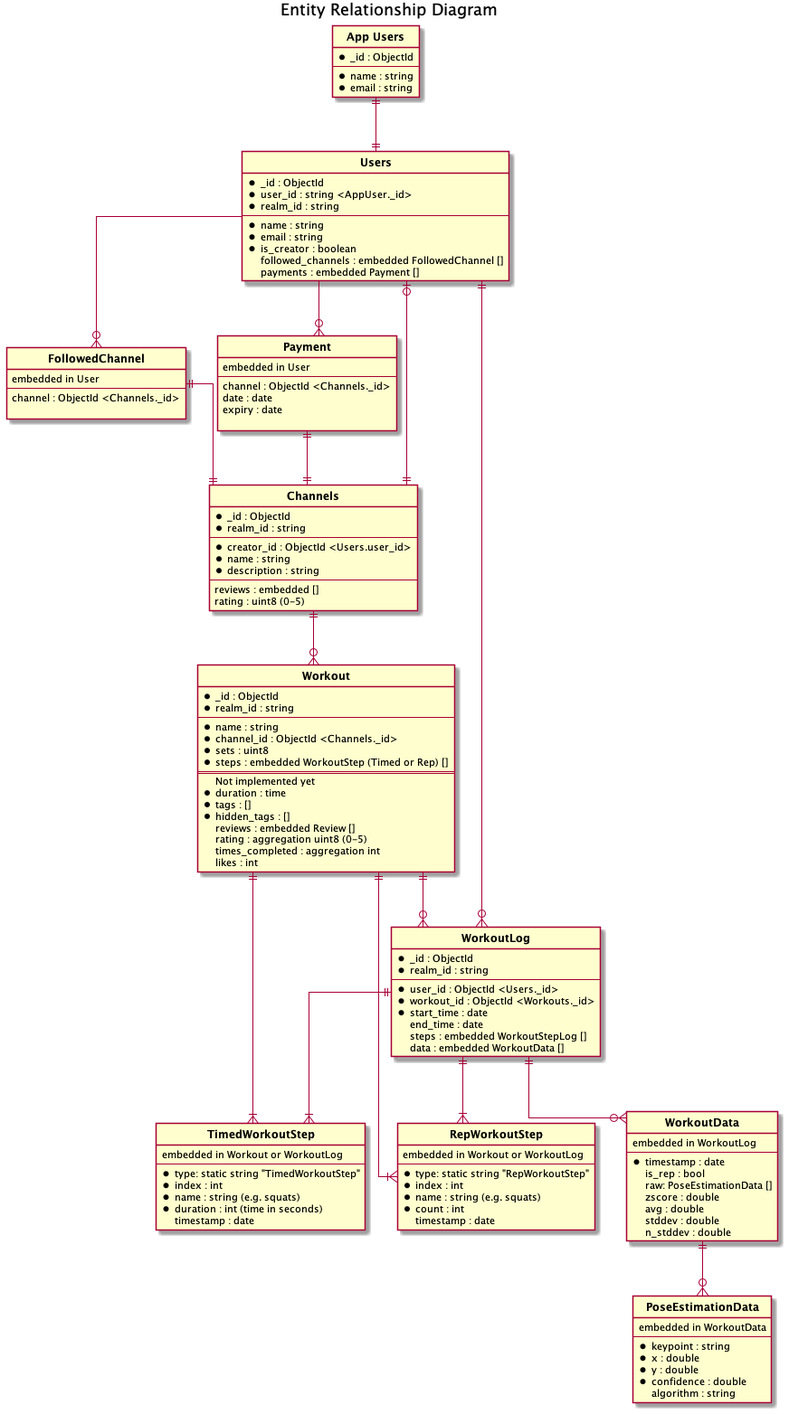
This is docs/diagrams/out/data_schema.png from wongway/tmp-form-app, a PlantUML export, as it was before one commit.
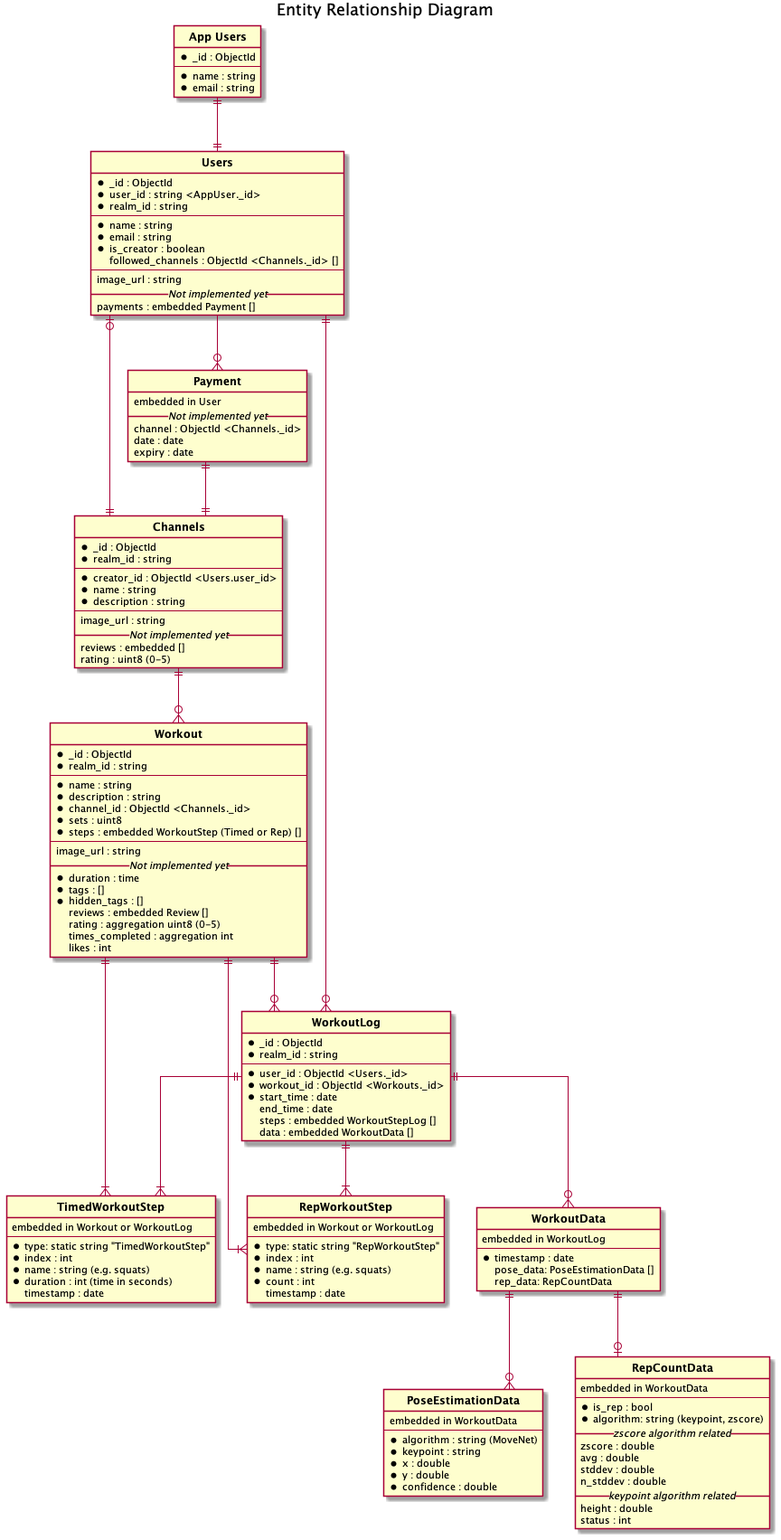
The same diagram one commit later.

The edit, as a diff of the source:
```diff
@@ -20,24 +20,19 @@
     * name : string
     * email : string
     * is_creator : boolean
-    followed_channels : embedded FollowedChannel []
+    followed_channels : ObjectId <Channels._id> []
+    ---
+    image_url : string
+    __//Not implemented yet//__
     payments : embedded Payment []
-}
-
-entity "**FollowedChannel**" as FollowedChannel {
-    embedded in User
-    ---
-    channel : ObjectId <Channels._id>
-
 }
 
 entity "**Payment**" as Payment {
     embedded in User
-    ---
+    __//Not implemented yet//__
     channel : ObjectId <Channels._id>
     date : date
     expiry : date
-
 }
 
 entity "**Channels**" as Channel {
@@ -48,6 +43,8 @@
     * name : string
     * description : string
     ---
+    image_url : string
+    __//Not implemented yet//__
     reviews : embedded []
     rating : uint8 (0-5)
 }
@@ -57,11 +54,13 @@
     * realm_id : string
     ---
     * name : string
+    * description : string
     * channel_id : ObjectId <Channels._id>
     * sets : uint8
     * steps : embedded WorkoutStep (Timed or Rep) []
-    ===
-    Not implemented yet
+    ---
+    image_url : string
+    __//Not implemented yet//__
     * duration : time
     * tags : []
     * hidden_tags : []
@@ -107,22 +106,33 @@
     embedded in WorkoutLog
     ---
     * timestamp : date
-    is_rep : bool
-    raw: PoseEstimationData []
-    zscore : double
-    avg : double
-    stddev : double
-    n_stddev : double
+    pose_data: PoseEstimationData []
+    rep_data: RepCountData
 }
 
 entity "**PoseEstimationData**" as PoseEstimationData {
     embedded in WorkoutData
     ---
+    * algorithm : string (MoveNet)
     * keypoint : string
     * x : double
     * y : double
     * confidence : double
-    algorithm : string
+}
+
+entity "**RepCountData**" as RepCountData {
+    embedded in WorkoutData
+    ---
+    * is_rep : bool
+    * algorithm: string (keypoint, zscore)
+    __//zscore algorithm related//__
+    zscore : double
+    avg : double
+    stddev : double
+    n_stddev : double
+    __//keypoint algorithm related//__
+    height : double
+    status : int
 }
 
 AppUser ||--|| User
@@ -135,15 +145,14 @@
 WorkoutLog ||--|{ RepWorkoutStep
 
 User ||--o{ WorkoutLog
-User --o{ FollowedChannel
 User --o{ Payment
 
-FollowedChannel ||--|| Channel
 Payment ||--|| Channel
 
 Channel ||--o| User
 Channel ||--o{ Workout
 WorkoutLog ||--o{ WorkoutData
 WorkoutData ||--o{ PoseEstimationData
+WorkoutData ||--o| RepCountData
 
 @enduml
```
